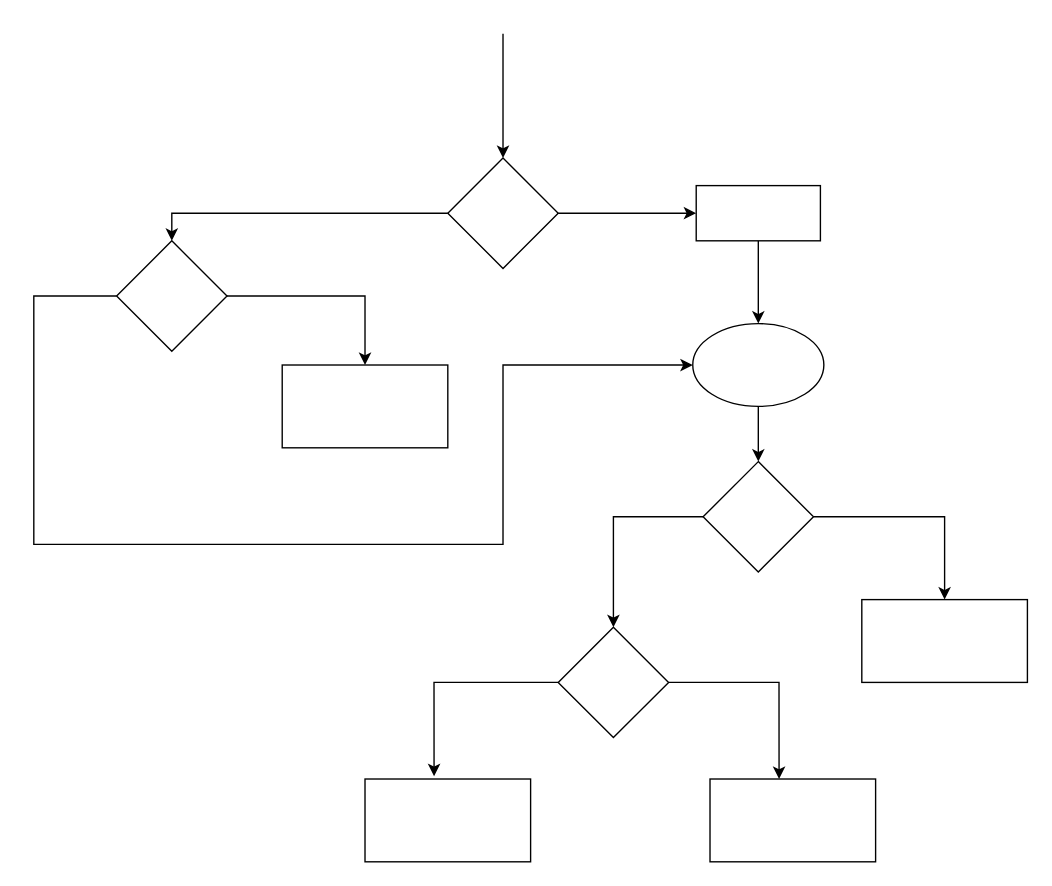
This is Untitled Diagram.drawio from RafsanTanveer/RafsanTanveer, a draw.io file, before an edit. Source tidied: cells renumbered, new cells numbered last; positions are measured from the earlier drawing's top-left corner, leaving out a move shared by most shapes. Both pictures are drawn from the tidied source at 138%, with x=0, y=0 at pixel (33, 33).
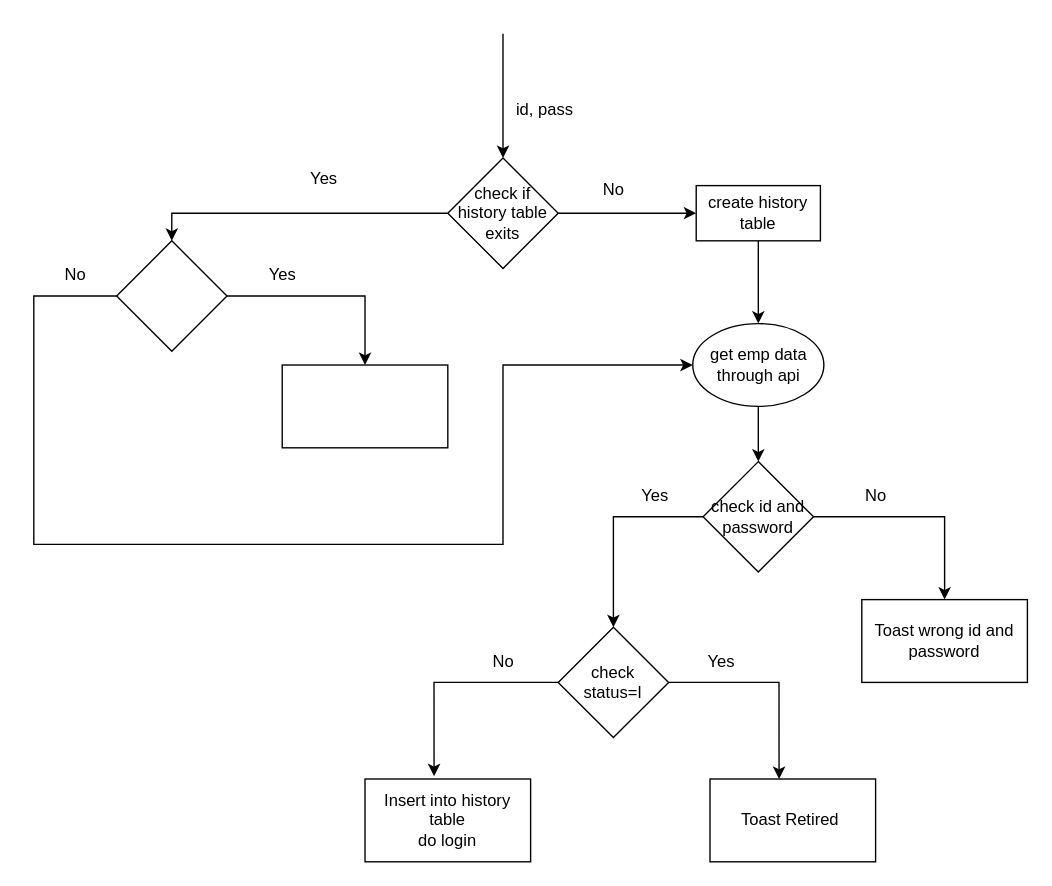
The same diagram, later.

Change to the diagram source:
```diff
@@
-    <mxCell id="5" style="rhombus;whiteSpace=wrap;html=1;" parent="1" vertex="1">
+    <mxCell id="5" value="check if history table&lt;br&gt;exits" style="rhombus;whiteSpace=wrap;html=1;" parent="1" vertex="1">
       <mxGeometry x="300" y="90" width="80" height="80" as="geometry" />
     </mxCell>
@@
-    <mxCell id="10" style="rounded=0;whiteSpace=wrap;html=1;" parent="1" vertex="1">
+    <mxCell id="10" value="create history table" style="rounded=0;whiteSpace=wrap;html=1;" parent="1" vertex="1">
       <mxGeometry x="480" y="110" width="90" height="40" as="geometry" />
     </mxCell>
@@
-    <mxCell id="12" style="ellipse;whiteSpace=wrap;html=1;" parent="1" vertex="1">
+    <mxCell id="12" value="get emp data through api" style="ellipse;whiteSpace=wrap;html=1;" parent="1" vertex="1">
       <mxGeometry x="477.5" y="210" width="95" height="60" as="geometry" />
     </mxCell>
@@
-    <mxCell id="15" style="rhombus;whiteSpace=wrap;html=1;" parent="1" vertex="1">
+    <mxCell id="15" value="check id and password" style="rhombus;whiteSpace=wrap;html=1;" parent="1" vertex="1">
       <mxGeometry x="485" y="310" width="80" height="80" as="geometry" />
     </mxCell>
@@
-    <mxCell id="18" style="rhombus;whiteSpace=wrap;html=1;" parent="1" vertex="1">
+    <mxCell id="18" value="check &lt;br&gt;status=I" style="rhombus;whiteSpace=wrap;html=1;" parent="1" vertex="1">
       <mxGeometry x="380" y="430" width="80" height="80" as="geometry" />
     </mxCell>
-    <mxCell id="19" style="rounded=0;whiteSpace=wrap;html=1;" parent="1" vertex="1">
+    <mxCell id="19" value="Insert into history table&lt;br&gt;do login" style="rounded=0;whiteSpace=wrap;html=1;" parent="1" vertex="1">
       <mxGeometry x="240" y="540" width="120" height="60" as="geometry" />
     </mxCell>
-    <mxCell id="20" style="rounded=0;whiteSpace=wrap;html=1;" parent="1" vertex="1">
+    <mxCell id="20" value="Toast Retired&amp;nbsp;" style="rounded=0;whiteSpace=wrap;html=1;" parent="1" vertex="1">
       <mxGeometry x="490" y="540" width="120" height="60" as="geometry" />
     </mxCell>
-    <mxCell id="21" style="rounded=0;whiteSpace=wrap;html=1;" parent="1" vertex="1">
+    <mxCell id="21" value="Toast wrong id and password" style="rounded=0;whiteSpace=wrap;html=1;" parent="1" vertex="1">
       <mxGeometry x="600" y="410" width="120" height="60" as="geometry" />
     </mxCell>
@@
+    <mxCell id="23" value="id, pass" style="text;html=1;align=center;verticalAlign=middle;strokeColor=none;fillColor=none;" parent="1" vertex="1">
+      <mxGeometry x="340" y="40" width="60" height="30" as="geometry" />
+    </mxCell>
+    <mxCell id="24" value="Yes" style="text;html=1;align=center;verticalAlign=middle;strokeColor=none;fillColor=none;" parent="1" vertex="1">
+      <mxGeometry x="190" y="90" width="40" height="30" as="geometry" />
+    </mxCell>
+    <mxCell id="25" value="Yes" style="text;html=1;align=center;verticalAlign=middle;strokeColor=none;fillColor=none;" parent="1" vertex="1">
+      <mxGeometry x="477.5" y="440" width="40" height="30" as="geometry" />
+    </mxCell>
+    <mxCell id="26" value="Yes" style="text;html=1;align=center;verticalAlign=middle;strokeColor=none;fillColor=none;" parent="1" vertex="1">
+      <mxGeometry x="430" y="320" width="40" height="30" as="geometry" />
+    </mxCell>
+    <mxCell id="27" value="Yes" style="text;html=1;align=center;verticalAlign=middle;strokeColor=none;fillColor=none;" parent="1" vertex="1">
+      <mxGeometry x="160" y="160" width="40" height="30" as="geometry" />
+    </mxCell>
+    <mxCell id="28" value="No" style="text;html=1;align=center;verticalAlign=middle;strokeColor=none;fillColor=none;" parent="1" vertex="1">
+      <mxGeometry x="400" y="98" width="40" height="30" as="geometry" />
+    </mxCell>
+    <mxCell id="29" value="No" style="text;html=1;align=center;verticalAlign=middle;strokeColor=none;fillColor=none;" parent="1" vertex="1">
+      <mxGeometry x="320" y="440" width="40" height="30" as="geometry" />
+    </mxCell>
+    <mxCell id="30" value="No" style="text;html=1;align=center;verticalAlign=middle;strokeColor=none;fillColor=none;" parent="1" vertex="1">
+      <mxGeometry x="590" y="320" width="40" height="30" as="geometry" />
+    </mxCell>
+    <mxCell id="31" value="No" style="text;html=1;align=center;verticalAlign=middle;strokeColor=none;fillColor=none;" parent="1" vertex="1">
+      <mxGeometry x="10" y="160" width="40" height="30" as="geometry" />
+    </mxCell>
```
